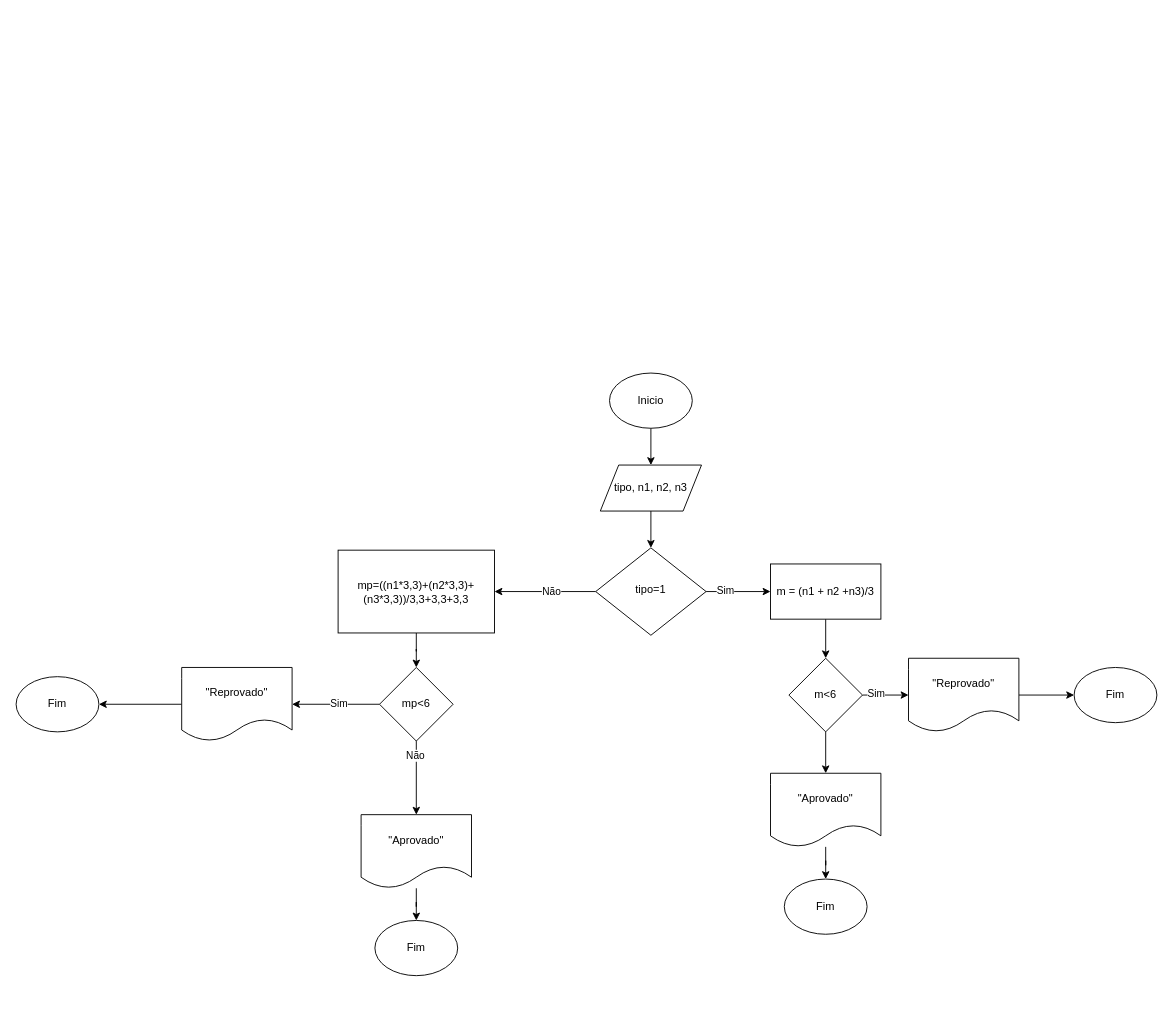
Before: ex3.drawio in luanayasmim/repos-cap-unasp, a draw.io diagram. Source tidied: cells renumbered, new cells numbered last; positions are measured from the earlier drawing's top-left corner, leaving out a move shared by most shapes. Both pictures are drawn from the tidied source at 92%, with x=0, y=0 at pixel (16, 373).
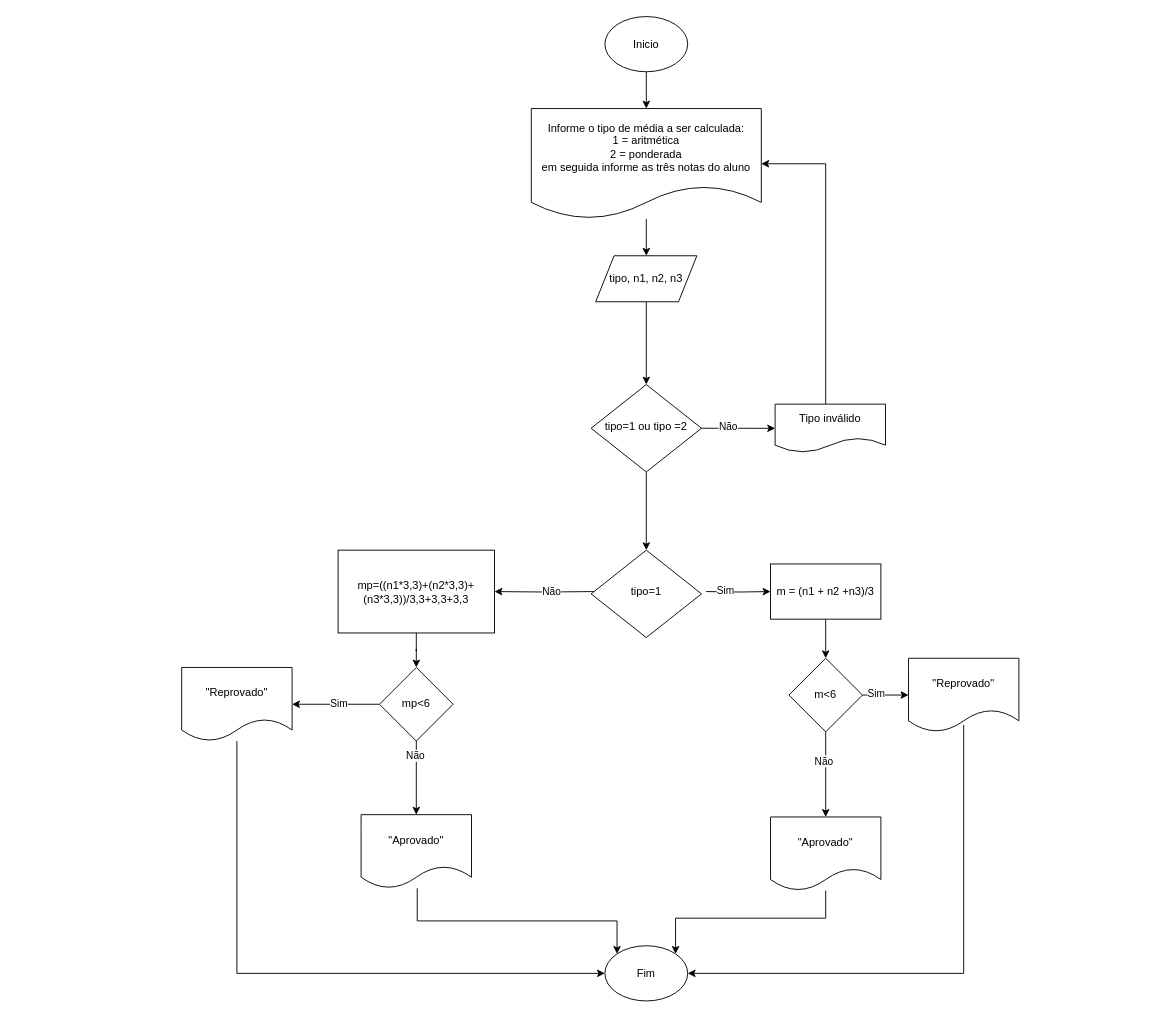
After the change.

Unchanged cells that the change refers to:
```xml
<mxCell id="12" value="m = (n1 + n2 +n3)/3" style="rounded=0;whiteSpace=wrap;html=1;" parent="1" vertex="1">
  <mxGeometry x="820" y="207.5" width="120" height="60" as="geometry" />
</mxCell>
<mxCell id="15" style="edgeStyle=orthogonalEdgeStyle;rounded=0;jettySize=auto;html=1;" parent="1" edge="1" source="16" target="20">
  <mxGeometry relative="1" as="geometry" />
</mxCell>
<mxCell id="18" value="&quot;Reprovado&quot;" style="shape=document;whiteSpace=wrap;html=1;boundedLbl=1;" parent="1" vertex="1">
  <mxGeometry x="970" y="310" width="120" height="80" as="geometry" />
</mxCell>
<mxCell id="24" value="mp=((n1*3,3)+(n2*3,3)+(n3*3,3))/3,3+3,3+3,3" style="rounded=0;whiteSpace=wrap;html=1;" parent="1" vertex="1">
  <mxGeometry x="350" y="192.5" width="170" height="90" as="geometry" />
</mxCell>
<mxCell id="31" value="&quot;Aprovado&quot;" style="shape=document;whiteSpace=wrap;html=1;boundedLbl=1;" parent="1" vertex="1">
  <mxGeometry x="375" y="480" width="120" height="80" as="geometry" />
</mxCell>
<mxCell id="34" value="&quot;Reprovado&quot;" style="shape=document;whiteSpace=wrap;html=1;boundedLbl=1;" parent="1" vertex="1">
  <mxGeometry x="180" y="320" width="120" height="80" as="geometry" />
</mxCell>
```

Diff of the diagram source:
```diff
@@
-    <mxCell id="2" style="edgeStyle=orthogonalEdgeStyle;rounded=0;jettySize=auto;html=1;" parent="1" edge="1" source="6" target="12">
-      <mxGeometry relative="1" as="geometry" />
+    <mxCell id="2" style="edgeStyle=orthogonalEdgeStyle;rounded=0;jettySize=auto;html=1;" parent="1" edge="1" target="12">
+      <mxGeometry relative="1" as="geometry">
+        <mxPoint x="750" y="237.5" as="sourcePoint" />
+      </mxGeometry>
     </mxCell>
@@
-    <mxCell id="4" style="edgeStyle=orthogonalEdgeStyle;rounded=0;jettySize=auto;html=1;" parent="1" edge="1" source="6" target="24">
-      <mxGeometry relative="1" as="geometry" />
+    <mxCell id="4" style="edgeStyle=orthogonalEdgeStyle;rounded=0;jettySize=auto;html=1;" parent="1" edge="1" target="24">
+      <mxGeometry relative="1" as="geometry">
+        <mxPoint x="630" y="237.5" as="sourcePoint" />
+      </mxGeometry>
     </mxCell>
@@
     <mxCell id="6" value="tipo=1" style="rhombus;whiteSpace=wrap;html=1;shadow=0;fontFamily=Helvetica;fontSize=12;align=center;strokeWidth=1;spacing=6;spacingTop=-4;" parent="1" vertex="1">
-      <mxGeometry x="630" y="190" width="120" height="95" as="geometry" />
+      <mxGeometry x="625" y="192.5" width="120" height="95" as="geometry" />
     </mxCell>
-    <mxCell id="7" style="edgeStyle=orthogonalEdgeStyle;rounded=0;jettySize=auto;html=1;" parent="1" edge="1" source="8" target="10">
-      <mxGeometry relative="1" as="geometry" />
-    </mxCell>
+    <mxCell id="36" style="edgeStyle=orthogonalEdgeStyle;rounded=0;jettySize=auto;html=1;" parent="1" edge="1" source="8" target="40">
+      <mxGeometry relative="1" as="geometry" />
+    </mxCell>
     <mxCell id="8" value="Inicio" style="ellipse;whiteSpace=wrap;html=1;" parent="1" vertex="1">
-      <mxGeometry x="645" width="90" height="60" as="geometry" />
+      <mxGeometry x="640" y="-387.5" width="90" height="60" as="geometry" />
     </mxCell>
-    <mxCell id="9" style="edgeStyle=orthogonalEdgeStyle;rounded=0;jettySize=auto;html=1;" parent="1" edge="1" source="10" target="6">
-      <mxGeometry relative="1" as="geometry" />
-    </mxCell>
+    <mxCell id="37" style="edgeStyle=orthogonalEdgeStyle;rounded=0;jettySize=auto;html=1;" parent="1" edge="1" source="10" target="44">
+      <mxGeometry relative="1" as="geometry" />
+    </mxCell>
     <mxCell id="10" value="tipo, n1, n2, n3" style="shape=parallelogram;perimeter=parallelogramPerimeter;whiteSpace=wrap;html=1;fixedSize=1;" parent="1" vertex="1">
-      <mxGeometry x="635" y="100" width="110" height="50" as="geometry" />
+      <mxGeometry x="630" y="-127.5" width="110" height="50" as="geometry" />
     </mxCell>
@@
+    <mxCell id="38" value="Não" style="edgeLabel;html=1;align=center;verticalAlign=middle;" parent="15" vertex="1">
+      <mxGeometry x="-0.34" y="-3" relative="1" as="geometry" />
+    </mxCell>
@@
-    <mxCell id="17" style="edgeStyle=orthogonalEdgeStyle;rounded=0;jettySize=auto;html=1;" parent="1" edge="1" source="18" target="21">
-      <mxGeometry relative="1" as="geometry" />
+    <mxCell id="17" style="edgeStyle=orthogonalEdgeStyle;rounded=0;jettySize=auto;html=1;entryX=1;entryY=0.5;entryDx=0;entryDy=0;" parent="1" edge="1" target="35">
+      <mxGeometry relative="1" as="geometry">
+        <mxPoint x="1030" y="382.5" as="sourcePoint" />
+        <Array as="points">
+          <mxPoint x="1030" y="652.5" />
+        </Array>
+      </mxGeometry>
     </mxCell>
@@
-    <mxCell id="19" style="edgeStyle=orthogonalEdgeStyle;rounded=0;jettySize=auto;html=1;" parent="1" edge="1" source="20" target="22">
-      <mxGeometry relative="1" as="geometry" />
+    <mxCell id="19" style="edgeStyle=orthogonalEdgeStyle;rounded=0;jettySize=auto;html=1;entryX=1;entryY=0;entryDx=0;entryDy=0;" parent="1" edge="1" source="20" target="35">
+      <mxGeometry relative="1" as="geometry">
+        <Array as="points">
+          <mxPoint x="717" y="592.5" />
+        </Array>
+      </mxGeometry>
     </mxCell>
-    <mxCell id="20" value="&quot;Aprovado&quot;" style="shape=document;whiteSpace=wrap;html=1;boundedLbl=1;" parent="1" vertex="1">
-      <mxGeometry x="820" y="435" width="120" height="80" as="geometry" />
-    </mxCell>
-    <mxCell id="21" value="Fim" style="ellipse;whiteSpace=wrap;html=1;" parent="1" vertex="1">
-      <mxGeometry x="1150" y="320" width="90" height="60" as="geometry" />
-    </mxCell>
-    <mxCell id="22" value="Fim" style="ellipse;whiteSpace=wrap;html=1;" parent="1" vertex="1">
-      <mxGeometry x="835" y="550" width="90" height="60" as="geometry" />
-    </mxCell>
@@
-    <mxCell id="30" style="edgeStyle=orthogonalEdgeStyle;rounded=0;jettySize=auto;html=1;" parent="1" edge="1" source="31" target="32">
-      <mxGeometry relative="1" as="geometry" />
+    <mxCell id="30" style="edgeStyle=orthogonalEdgeStyle;rounded=0;jettySize=auto;html=1;entryX=0;entryY=0;entryDx=0;entryDy=0;" parent="1" edge="1" source="31" target="35">
+      <mxGeometry relative="1" as="geometry">
+        <Array as="points">
+          <mxPoint x="436" y="595.5" />
+          <mxPoint x="653" y="595.5" />
+        </Array>
+      </mxGeometry>
     </mxCell>
@@
-    <mxCell id="32" value="Fim" style="ellipse;whiteSpace=wrap;html=1;" parent="1" vertex="1">
-      <mxGeometry x="390" y="595" width="90" height="60" as="geometry" />
-    </mxCell>
     <mxCell id="33" style="edgeStyle=orthogonalEdgeStyle;rounded=0;jettySize=auto;html=1;" parent="1" edge="1" source="34" target="35">
-      <mxGeometry relative="1" as="geometry" />
+      <mxGeometry relative="1" as="geometry">
+        <Array as="points">
+          <mxPoint x="240" y="652.5" />
+        </Array>
+      </mxGeometry>
     </mxCell>
@@
     <mxCell id="35" value="Fim" style="ellipse;whiteSpace=wrap;html=1;" parent="1" vertex="1">
-      <mxGeometry y="330" width="90" height="60" as="geometry" />
+      <mxGeometry x="640" y="622.5" width="90" height="60" as="geometry" />
     </mxCell>
+    <mxCell id="39" style="edgeStyle=orthogonalEdgeStyle;rounded=0;jettySize=auto;html=1;" parent="1" edge="1" source="40" target="10">
+      <mxGeometry relative="1" as="geometry" />
+    </mxCell>
+    <mxCell id="40" value="Informe o tipo de média a ser calculada:&lt;br&gt;1 = aritmética&lt;br&gt;2 = ponderada&lt;br&gt;em seguida informe as três notas do aluno" style="shape=document;whiteSpace=wrap;html=1;boundedLbl=1;" parent="1" vertex="1">
+      <mxGeometry x="560" y="-287.5" width="250" height="120" as="geometry" />
+    </mxCell>
+    <mxCell id="41" style="edgeStyle=orthogonalEdgeStyle;rounded=0;jettySize=auto;html=1;" parent="1" edge="1" source="44" target="6">
+      <mxGeometry relative="1" as="geometry" />
+    </mxCell>
+    <mxCell id="42" style="edgeStyle=orthogonalEdgeStyle;rounded=0;jettySize=auto;html=1;" parent="1" edge="1" source="44" target="46">
+      <mxGeometry relative="1" as="geometry" />
+    </mxCell>
+    <mxCell id="43" value="Não" style="edgeLabel;html=1;align=center;verticalAlign=middle;" parent="42" vertex="1">
+      <mxGeometry x="-0.31" y="3" relative="1" as="geometry" />
+    </mxCell>
+    <mxCell id="44" value="tipo=1 ou tipo =2" style="rhombus;whiteSpace=wrap;html=1;shadow=0;fontFamily=Helvetica;fontSize=12;align=center;strokeWidth=1;spacing=6;spacingTop=-4;" parent="1" vertex="1">
+      <mxGeometry x="625" y="12.5" width="120" height="95" as="geometry" />
+    </mxCell>
+    <mxCell id="45" style="edgeStyle=orthogonalEdgeStyle;rounded=0;jettySize=auto;html=1;entryX=1;entryY=0.5;entryDx=0;entryDy=0;" parent="1" edge="1" source="46" target="40">
+      <mxGeometry relative="1" as="geometry">
+        <Array as="points">
+          <mxPoint x="880" y="-227.5" />
+        </Array>
+      </mxGeometry>
+    </mxCell>
+    <mxCell id="46" value="Tipo inválido" style="shape=document;whiteSpace=wrap;html=1;boundedLbl=1;shadow=0;strokeWidth=1;spacing=6;spacingTop=-4;" parent="1" vertex="1">
+      <mxGeometry x="825" y="33.8" width="120" height="52.5" as="geometry" />
+    </mxCell>
+    <mxCell id="20" value="&quot;Aprovado&quot;" style="shape=document;whiteSpace=wrap;html=1;boundedLbl=1;" parent="1" vertex="1">
+      <mxGeometry x="820" y="482.5" width="120" height="80" as="geometry" />
+    </mxCell>
```
